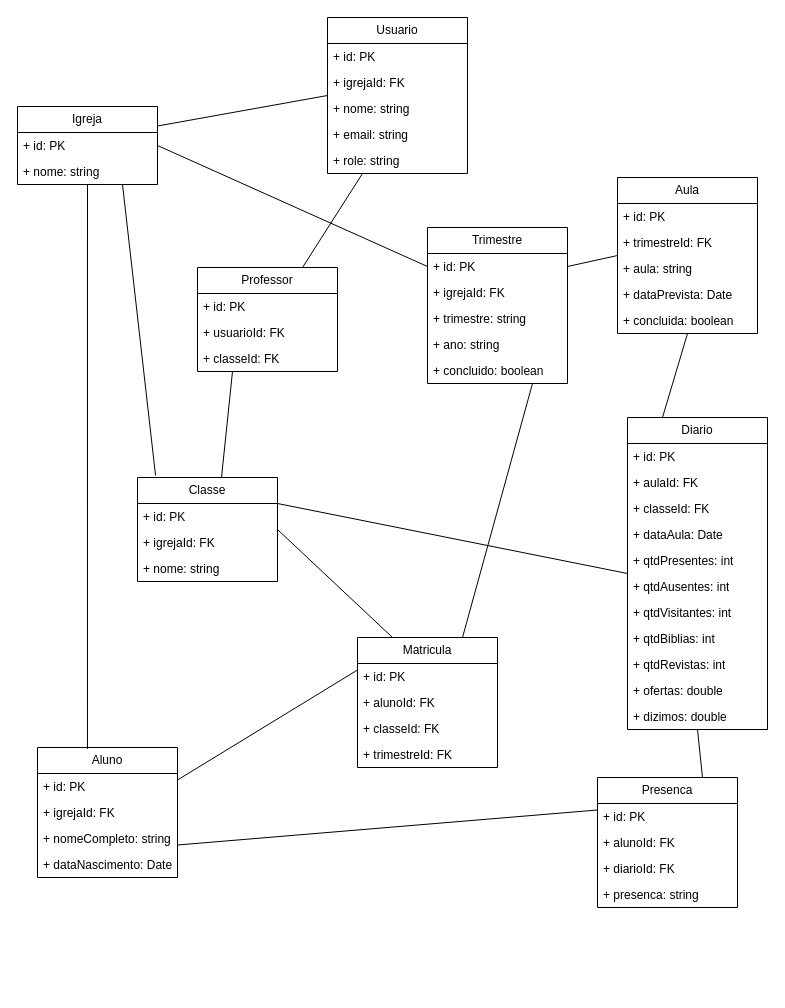
Before: page "Modelo de dados" (3 of 3) of docs/EBD.drawio in gelira/ebd, a draw.io diagram. Source tidied: cells renumbered, new cells numbered last; positions are measured from the earlier drawing's top-left corner, leaving out a move shared by most shapes. Both pictures are drawn from the tidied source at 100%, with x=0, y=0 at pixel (17, 17).
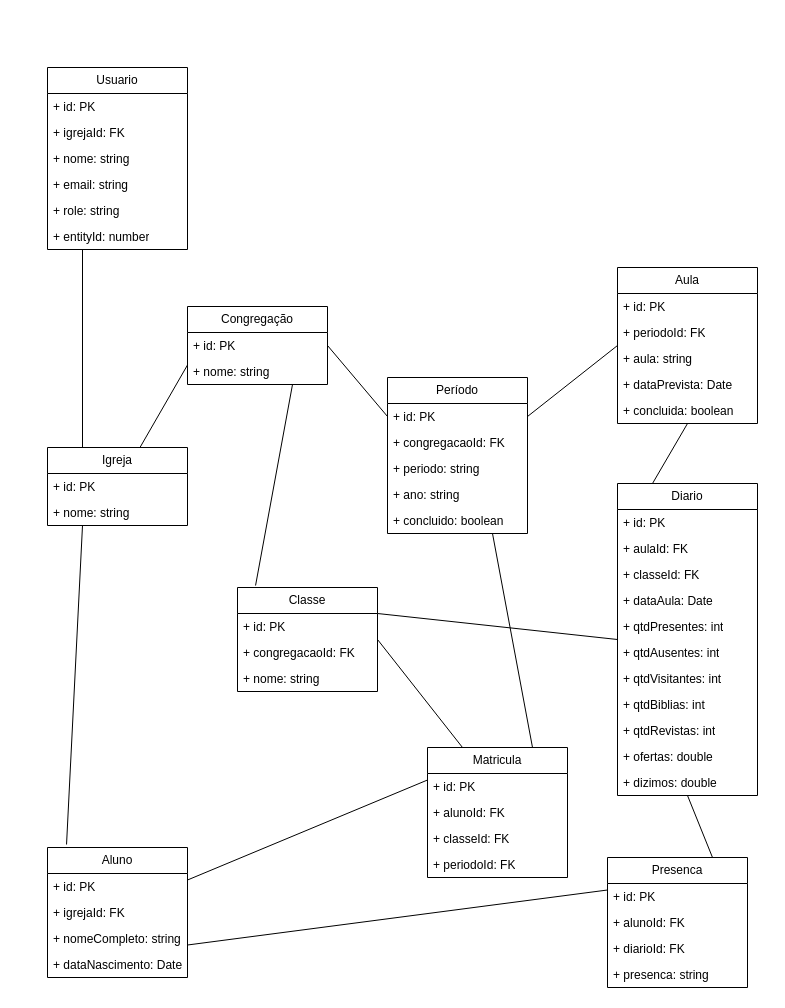
Above is the later version.

Commit message:
docs: updata data model

What changed in the source:
```diff
@@
     <mxCell id="2" value="Aluno" style="swimlane;fontStyle=0;horizontal=1;startSize=26;fillColor=none;whiteSpace=wrap;html=1;shadow=0;" parent="1" vertex="1">
-      <mxGeometry x="20" y="730" width="140" height="130" as="geometry" />
+      <mxGeometry x="30" y="830" width="140" height="130" as="geometry" />
     </mxCell>
@@
-    <mxCell id="8" value="Igreja" style="swimlane;fontStyle=0;horizontal=1;startSize=26;fillColor=none;whiteSpace=wrap;html=1;" parent="1" vertex="1">
-      <mxGeometry y="89" width="140" height="78" as="geometry" />
+    <mxCell id="8" value="Congregação" style="swimlane;fontStyle=0;horizontal=1;startSize=26;fillColor=none;whiteSpace=wrap;html=1;" parent="1" vertex="1">
+      <mxGeometry x="170" y="289" width="140" height="78" as="geometry" />
     </mxCell>
@@
     <mxCell id="11" value="Classe" style="swimlane;fontStyle=0;horizontal=1;startSize=26;fillColor=none;whiteSpace=wrap;html=1;" parent="1" vertex="1">
-      <mxGeometry x="120" y="460" width="140" height="104" as="geometry" />
+      <mxGeometry x="220" y="570" width="140" height="104" as="geometry" />
     </mxCell>
@@
-    <mxCell id="13" value="+ igrejaId: FK" style="text;strokeColor=none;fillColor=none;align=left;verticalAlign=top;spacingLeft=4;spacingRight=4;overflow=hidden;whiteSpace=wrap;html=1;" parent="11" vertex="1">
+    <mxCell id="13" value="+ congregacaoId: FK" style="text;strokeColor=none;fillColor=none;align=left;verticalAlign=top;spacingLeft=4;spacingRight=4;overflow=hidden;whiteSpace=wrap;html=1;" parent="11" vertex="1">
       <mxGeometry y="52" width="140" height="26" as="geometry" />
     </mxCell>
@@
-    <mxCell id="16" value="Trimestre" style="swimlane;fontStyle=0;horizontal=1;startSize=26;fillColor=none;whiteSpace=wrap;html=1;" parent="1" vertex="1">
-      <mxGeometry x="410" y="210" width="140" height="156" as="geometry" />
+    <mxCell id="16" value="Período" style="swimlane;fontStyle=0;horizontal=1;startSize=26;fillColor=none;whiteSpace=wrap;html=1;" parent="1" vertex="1">
+      <mxGeometry x="370" y="360" width="140" height="156" as="geometry" />
     </mxCell>
@@
-    <mxCell id="18" value="+ igrejaId: FK" style="text;strokeColor=none;fillColor=none;align=left;verticalAlign=top;spacingLeft=4;spacingRight=4;overflow=hidden;whiteSpace=wrap;html=1;" parent="16" vertex="1">
+    <mxCell id="18" value="+ congregacaoId: FK" style="text;strokeColor=none;fillColor=none;align=left;verticalAlign=top;spacingLeft=4;spacingRight=4;overflow=hidden;whiteSpace=wrap;html=1;" parent="16" vertex="1">
       <mxGeometry y="52" width="140" height="26" as="geometry" />
     </mxCell>
-    <mxCell id="19" value="+ trimestre: string" style="text;strokeColor=none;fillColor=none;align=left;verticalAlign=top;spacingLeft=4;spacingRight=4;overflow=hidden;whiteSpace=wrap;html=1;" parent="16" vertex="1">
+    <mxCell id="19" value="+ periodo: string" style="text;strokeColor=none;fillColor=none;align=left;verticalAlign=top;spacingLeft=4;spacingRight=4;overflow=hidden;whiteSpace=wrap;html=1;" parent="16" vertex="1">
       <mxGeometry y="78" width="140" height="26" as="geometry" />
     </mxCell>
@@
-    <mxCell id="22" style="rounded=0;jettySize=auto;html=1;exitX=0.5;exitY=1;exitDx=0;exitDy=0;entryX=0.357;entryY=0.01;entryDx=0;entryDy=0;entryPerimeter=0;endArrow=none;startFill=0;" parent="1" edge="1" source="8" target="2">
-      <mxGeometry relative="1" as="geometry" />
-    </mxCell>
@@
     <mxCell id="27" value="Matricula" style="swimlane;fontStyle=0;horizontal=1;startSize=26;fillColor=none;whiteSpace=wrap;html=1;" parent="1" vertex="1">
-      <mxGeometry x="340" y="620" width="140" height="130" as="geometry" />
+      <mxGeometry x="410" y="730" width="140" height="130" as="geometry" />
     </mxCell>
@@
-    <mxCell id="31" value="+ trimestreId: FK" style="text;strokeColor=none;fillColor=none;align=left;verticalAlign=top;spacingLeft=4;spacingRight=4;overflow=hidden;whiteSpace=wrap;html=1;" parent="27" vertex="1">
+    <mxCell id="31" value="+ periodoId: FK" style="text;strokeColor=none;fillColor=none;align=left;verticalAlign=top;spacingLeft=4;spacingRight=4;overflow=hidden;whiteSpace=wrap;html=1;" parent="27" vertex="1">
       <mxGeometry y="104" width="140" height="26" as="geometry" />
     </mxCell>
     <mxCell id="32" value="Aula" style="swimlane;fontStyle=0;horizontal=1;startSize=26;fillColor=none;whiteSpace=wrap;html=1;" parent="1" vertex="1">
-      <mxGeometry x="600" y="160" width="140" height="156" as="geometry" />
+      <mxGeometry x="600" y="250" width="140" height="156" as="geometry" />
     </mxCell>
@@
-    <mxCell id="34" value="+ trimestreId: FK" style="text;strokeColor=none;fillColor=none;align=left;verticalAlign=top;spacingLeft=4;spacingRight=4;overflow=hidden;whiteSpace=wrap;html=1;" parent="32" vertex="1">
+    <mxCell id="34" value="+ periodoId: FK" style="text;strokeColor=none;fillColor=none;align=left;verticalAlign=top;spacingLeft=4;spacingRight=4;overflow=hidden;whiteSpace=wrap;html=1;" parent="32" vertex="1">
       <mxGeometry y="52" width="140" height="26" as="geometry" />
     </mxCell>
@@
     <mxCell id="40" value="Diario" style="swimlane;fontStyle=0;horizontal=1;startSize=26;fillColor=none;whiteSpace=wrap;html=1;" parent="1" vertex="1">
-      <mxGeometry x="610" y="400" width="140" height="312" as="geometry" />
+      <mxGeometry x="600" y="466" width="140" height="312" as="geometry" />
     </mxCell>
@@
     <mxCell id="54" value="Presenca" style="swimlane;fontStyle=0;horizontal=1;startSize=26;fillColor=none;whiteSpace=wrap;html=1;" parent="1" vertex="1">
-      <mxGeometry x="580" y="760" width="140" height="130" as="geometry" />
+      <mxGeometry x="590" y="840" width="140" height="130" as="geometry" />
     </mxCell>
@@
-    <mxCell id="59" style="rounded=0;jettySize=auto;html=1;exitX=0;exitY=0.5;exitDx=0;exitDy=0;entryX=1;entryY=0.25;entryDx=0;entryDy=0;endArrow=none;startFill=0;" parent="1" edge="1" source="60" target="8">
-      <mxGeometry relative="1" as="geometry" />
-    </mxCell>
     <mxCell id="60" value="Usuario" style="swimlane;fontStyle=0;horizontal=1;startSize=26;fillColor=none;whiteSpace=wrap;html=1;" parent="1" vertex="1">
-      <mxGeometry x="310" width="140" height="156" as="geometry" />
+      <mxGeometry x="30" y="50" width="140" height="182" as="geometry" />
     </mxCell>
@@
-    <mxCell id="66" style="rounded=0;jettySize=auto;html=1;exitX=0.75;exitY=0;exitDx=0;exitDy=0;entryX=0.25;entryY=1;entryDx=0;entryDy=0;endArrow=none;startFill=0;" parent="1" edge="1" source="67" target="60">
-      <mxGeometry relative="1" as="geometry" />
-    </mxCell>
-    <mxCell id="67" value="Professor" style="swimlane;fontStyle=0;horizontal=1;startSize=26;fillColor=none;whiteSpace=wrap;html=1;" parent="1" vertex="1">
-      <mxGeometry x="180" y="250" width="140" height="104" as="geometry" />
-    </mxCell>
+    <mxCell id="72" value="+ entityId: number" style="text;strokeColor=none;fillColor=none;align=left;verticalAlign=top;spacingLeft=4;spacingRight=4;overflow=hidden;whiteSpace=wrap;html=1;" parent="60" vertex="1">
+      <mxGeometry y="156" width="140" height="26" as="geometry" />
+    </mxCell>
+    <mxCell id="73" style="rounded=0;jettySize=auto;html=1;exitX=0.25;exitY=0;exitDx=0;exitDy=0;entryX=0.25;entryY=1;entryDx=0;entryDy=0;endArrow=none;startFill=0;" parent="1" edge="1" source="74" target="60">
+      <mxGeometry relative="1" as="geometry" />
+    </mxCell>
+    <mxCell id="74" value="Igreja" style="swimlane;fontStyle=0;horizontal=1;startSize=26;fillColor=none;whiteSpace=wrap;html=1;" parent="1" vertex="1">
+      <mxGeometry x="30" y="430" width="140" height="78" as="geometry" />
+    </mxCell>
-    <mxCell id="68" value="+ id: PK" style="text;strokeColor=none;fillColor=none;align=left;verticalAlign=top;spacingLeft=4;spacingRight=4;overflow=hidden;whiteSpace=wrap;html=1;" parent="67" vertex="1">
+    <mxCell id="68" value="+ id: PK" style="text;strokeColor=none;fillColor=none;align=left;verticalAlign=top;spacingLeft=4;spacingRight=4;overflow=hidden;whiteSpace=wrap;html=1;" parent="74" vertex="1">
       <mxGeometry y="26" width="140" height="26" as="geometry" />
     </mxCell>
-    <mxCell id="69" value="+ usuarioId: FK" style="text;strokeColor=none;fillColor=none;align=left;verticalAlign=top;spacingLeft=4;spacingRight=4;overflow=hidden;whiteSpace=wrap;html=1;" parent="67" vertex="1">
-      <mxGeometry y="52" width="140" height="26" as="geometry" />
-    </mxCell>
-    <mxCell id="70" value="+ classeId: FK" style="text;strokeColor=none;fillColor=none;align=left;verticalAlign=top;spacingLeft=4;spacingRight=4;overflow=hidden;whiteSpace=wrap;html=1;" parent="67" vertex="1">
-      <mxGeometry y="78" width="140" height="26" as="geometry" />
-    </mxCell>
-    <mxCell id="71" style="rounded=0;jettySize=auto;html=1;exitX=0.25;exitY=1;exitDx=0;exitDy=0;entryX=0.6;entryY=0;entryDx=0;entryDy=0;entryPerimeter=0;endArrow=none;startFill=0;" parent="1" edge="1" source="67" target="11">
-      <mxGeometry relative="1" as="geometry" />
-    </mxCell>
+    <mxCell id="75" value="+ nome: string" style="text;strokeColor=none;fillColor=none;align=left;verticalAlign=top;spacingLeft=4;spacingRight=4;overflow=hidden;whiteSpace=wrap;html=1;" parent="74" vertex="1">
+      <mxGeometry y="52" width="140" height="26" as="geometry" />
+    </mxCell>
+    <mxCell id="76" style="rounded=0;jettySize=auto;html=1;entryX=0;entryY=0.75;entryDx=0;entryDy=0;endArrow=none;startFill=0;" parent="1" edge="1" source="74" target="8">
+      <mxGeometry relative="1" as="geometry" />
+    </mxCell>
+    <mxCell id="77" style="rounded=0;jettySize=auto;html=1;exitX=0.25;exitY=1;exitDx=0;exitDy=0;entryX=0.136;entryY=-0.023;entryDx=0;entryDy=0;entryPerimeter=0;endArrow=none;startFill=0;" parent="1" edge="1" source="74" target="2">
+      <mxGeometry relative="1" as="geometry" />
+    </mxCell>
```
